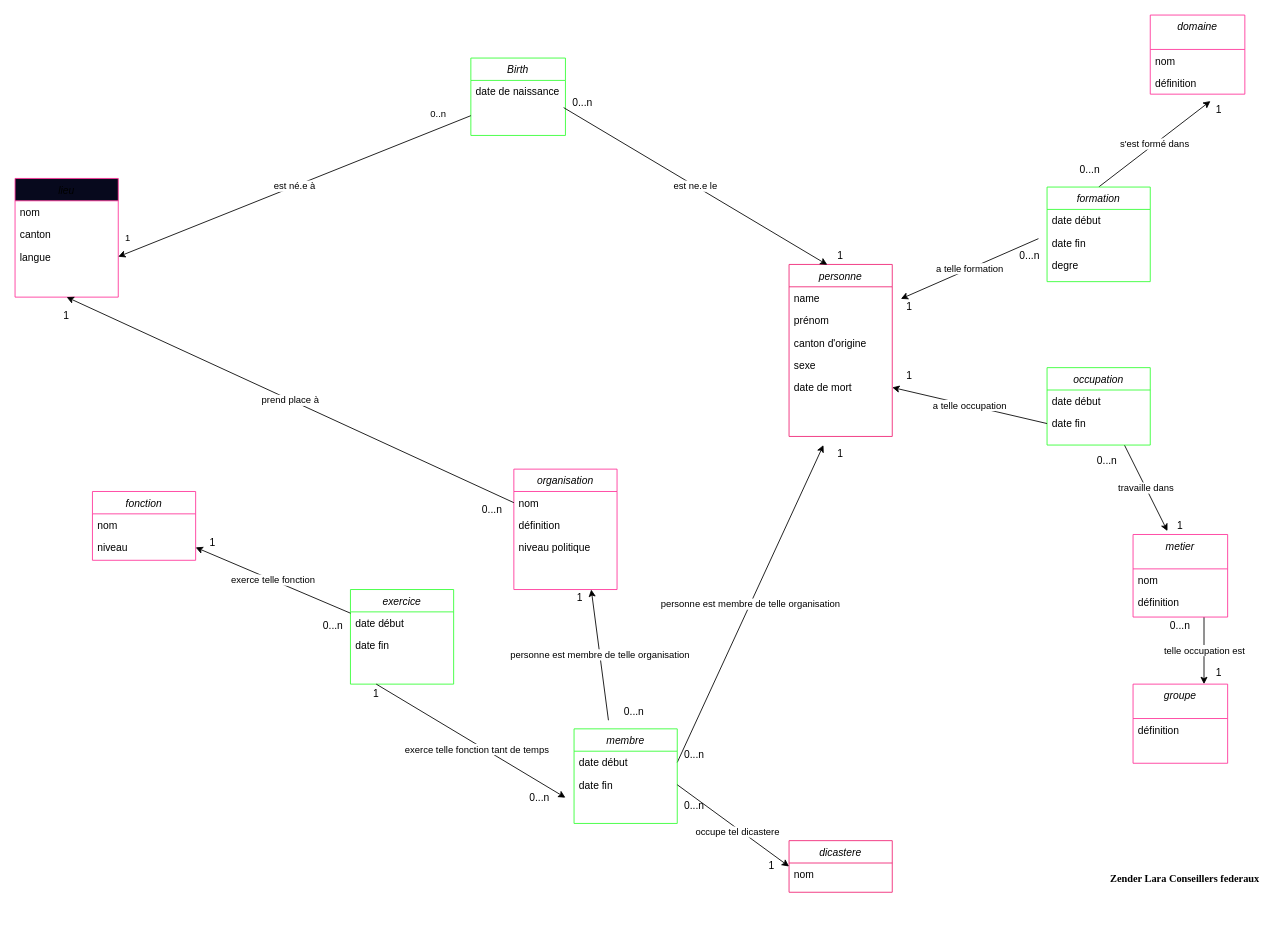
Above: MCD_to_database_conseil_federal.drawio in Sciences-historiques-numeriques/std_conseil_federal (draw.io), before the change. Source tidied: cells renumbered, new cells numbered last; positions are measured from the earlier drawing's top-left corner, leaving out a move shared by most shapes. Both pictures are drawn from the tidied source at 86%, with x=0, y=0 at pixel (15, 15).
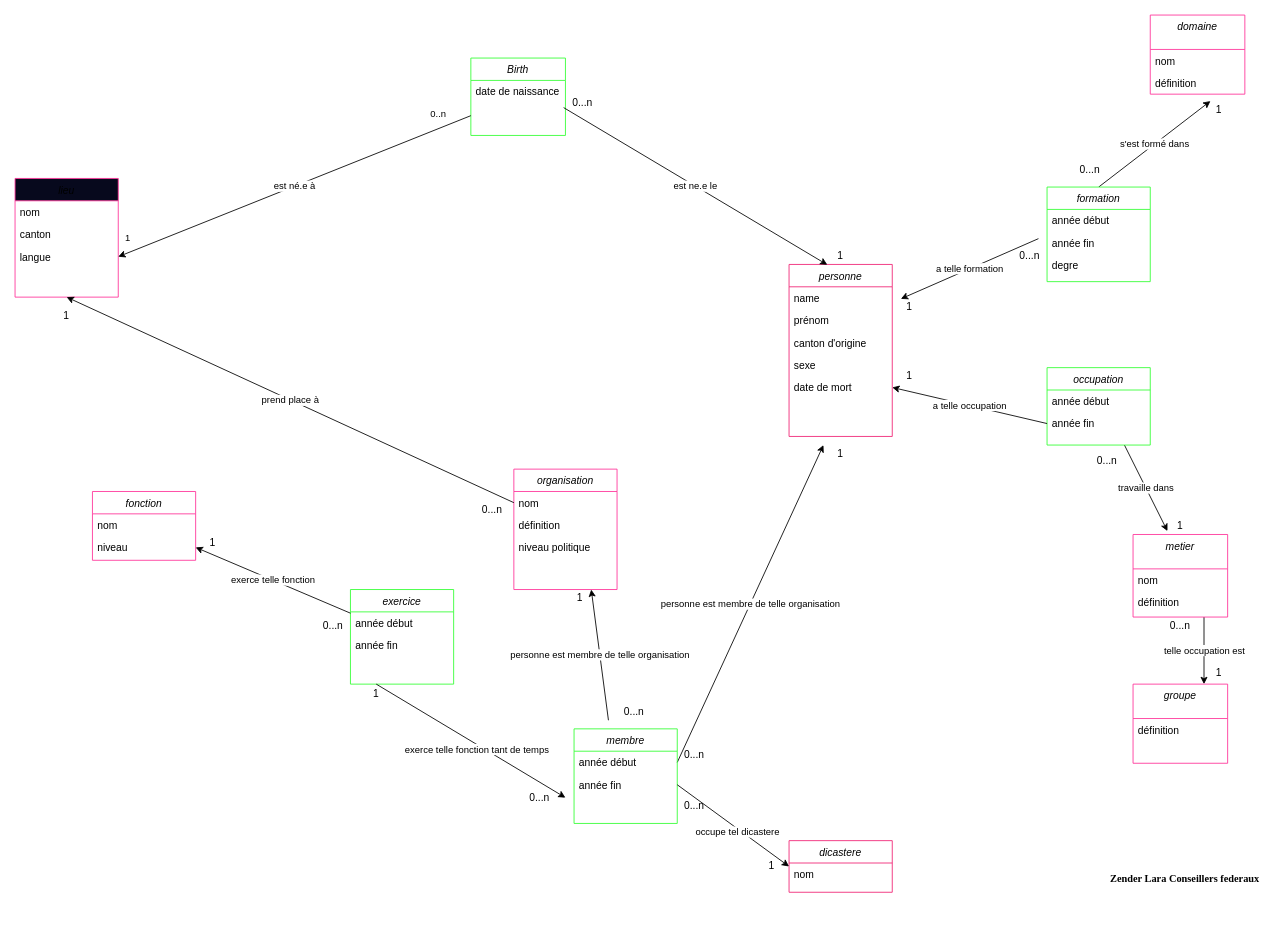
The same page after the edit.

Commit message:
mise a jour temporalités

Unchanged cells that the change refers to:
```xml
<mxCell id="32" value="membre" style="swimlane;fontStyle=2;align=center;verticalAlign=top;horizontal=1;startSize=26;rounded=0;shadow=0;strokeWidth=1;strokeColor=#33FF33;" parent="1" vertex="1">
  <mxGeometry x="650" y="830" width="120" height="110" as="geometry" />
</mxCell>
<mxCell id="36" value="exercice" style="swimlane;fontStyle=2;align=center;verticalAlign=top;horizontal=1;startSize=26;rounded=0;shadow=0;strokeWidth=1;strokeColor=#33FF33;" parent="1" vertex="1">
  <mxGeometry x="390" y="668" width="120" height="110" as="geometry" />
</mxCell>
<mxCell id="58" value="formation" style="swimlane;fontStyle=2;align=center;verticalAlign=top;horizontal=1;startSize=26;rounded=0;shadow=0;strokeWidth=1;strokeColor=#33FF33;" parent="1" vertex="1">
  <mxGeometry x="1200" y="200" width="120" height="110" as="geometry" />
</mxCell>
<mxCell id="68" value="occupation" style="swimlane;fontStyle=2;align=center;verticalAlign=top;horizontal=1;startSize=26;rounded=0;shadow=0;strokeWidth=1;strokeColor=#33FF33;" parent="1" vertex="1">
  <mxGeometry x="1200" y="410" width="120" height="90" as="geometry" />
</mxCell>
```

What changed in the source:
```diff
@@
-    <mxCell id="33" value="date début" style="text;align=left;verticalAlign=top;spacingLeft=4;spacingRight=4;overflow=hidden;points=[[0,0.5],[1,0.5]];portConstraint=eastwest;" parent="32" vertex="1">
+    <mxCell id="33" value="année début" style="text;align=left;verticalAlign=top;spacingLeft=4;spacingRight=4;overflow=hidden;points=[[0,0.5],[1,0.5]];portConstraint=eastwest;" parent="32" vertex="1">
       <mxGeometry y="26" width="120" height="26" as="geometry" />
     </mxCell>
@@
-    <mxCell id="35" value="date fin" style="text;align=left;verticalAlign=top;spacingLeft=4;spacingRight=4;overflow=hidden;points=[[0,0.5],[1,0.5]];portConstraint=eastwest;rounded=0;shadow=0;html=0;" parent="32" vertex="1">
+    <mxCell id="35" value="année fin" style="text;align=left;verticalAlign=top;spacingLeft=4;spacingRight=4;overflow=hidden;points=[[0,0.5],[1,0.5]];portConstraint=eastwest;rounded=0;shadow=0;html=0;" parent="32" vertex="1">
       <mxGeometry y="52" width="120" height="26" as="geometry" />
     </mxCell>
@@
-    <mxCell id="37" value="date début" style="text;align=left;verticalAlign=top;spacingLeft=4;spacingRight=4;overflow=hidden;" parent="36" vertex="1">
+    <mxCell id="37" value="année début" style="text;align=left;verticalAlign=top;spacingLeft=4;spacingRight=4;overflow=hidden;" parent="36" vertex="1">
       <mxGeometry y="26" width="120" height="26" as="geometry" />
     </mxCell>
-    <mxCell id="38" value="date fin" style="text;align=left;verticalAlign=top;spacingLeft=4;spacingRight=4;overflow=hidden;rounded=0;shadow=0;html=0;" parent="36" vertex="1">
+    <mxCell id="38" value="année fin" style="text;align=left;verticalAlign=top;spacingLeft=4;spacingRight=4;overflow=hidden;rounded=0;shadow=0;html=0;" parent="36" vertex="1">
       <mxGeometry y="52" width="120" height="26" as="geometry" />
     </mxCell>
@@
-    <mxCell id="59" value="date début" style="text;align=left;verticalAlign=top;spacingLeft=4;spacingRight=4;overflow=hidden;" parent="58" vertex="1">
+    <mxCell id="59" value="année début" style="text;align=left;verticalAlign=top;spacingLeft=4;spacingRight=4;overflow=hidden;" parent="58" vertex="1">
       <mxGeometry y="26" width="120" height="26" as="geometry" />
     </mxCell>
-    <mxCell id="60" value="date fin" style="text;align=left;verticalAlign=top;spacingLeft=4;spacingRight=4;overflow=hidden;rounded=0;shadow=0;html=0;" parent="58" vertex="1">
+    <mxCell id="60" value="année fin" style="text;align=left;verticalAlign=top;spacingLeft=4;spacingRight=4;overflow=hidden;rounded=0;shadow=0;html=0;" parent="58" vertex="1">
       <mxGeometry y="52" width="120" height="26" as="geometry" />
     </mxCell>
@@
-    <mxCell id="69" value="date début" style="text;align=left;verticalAlign=top;spacingLeft=4;spacingRight=4;overflow=hidden;" parent="68" vertex="1">
+    <mxCell id="69" value="année début" style="text;align=left;verticalAlign=top;spacingLeft=4;spacingRight=4;overflow=hidden;" parent="68" vertex="1">
       <mxGeometry y="26" width="120" height="26" as="geometry" />
     </mxCell>
-    <mxCell id="70" value="date fin" style="text;align=left;verticalAlign=top;spacingLeft=4;spacingRight=4;overflow=hidden;points=[[0,0.5],[1,0.5]];portConstraint=eastwest;rounded=0;shadow=0;html=0;" parent="68" vertex="1">
+    <mxCell id="70" value="année fin" style="text;align=left;verticalAlign=top;spacingLeft=4;spacingRight=4;overflow=hidden;points=[[0,0.5],[1,0.5]];portConstraint=eastwest;rounded=0;shadow=0;html=0;" parent="68" vertex="1">
       <mxGeometry y="52" width="120" height="26" as="geometry" />
     </mxCell>
```
